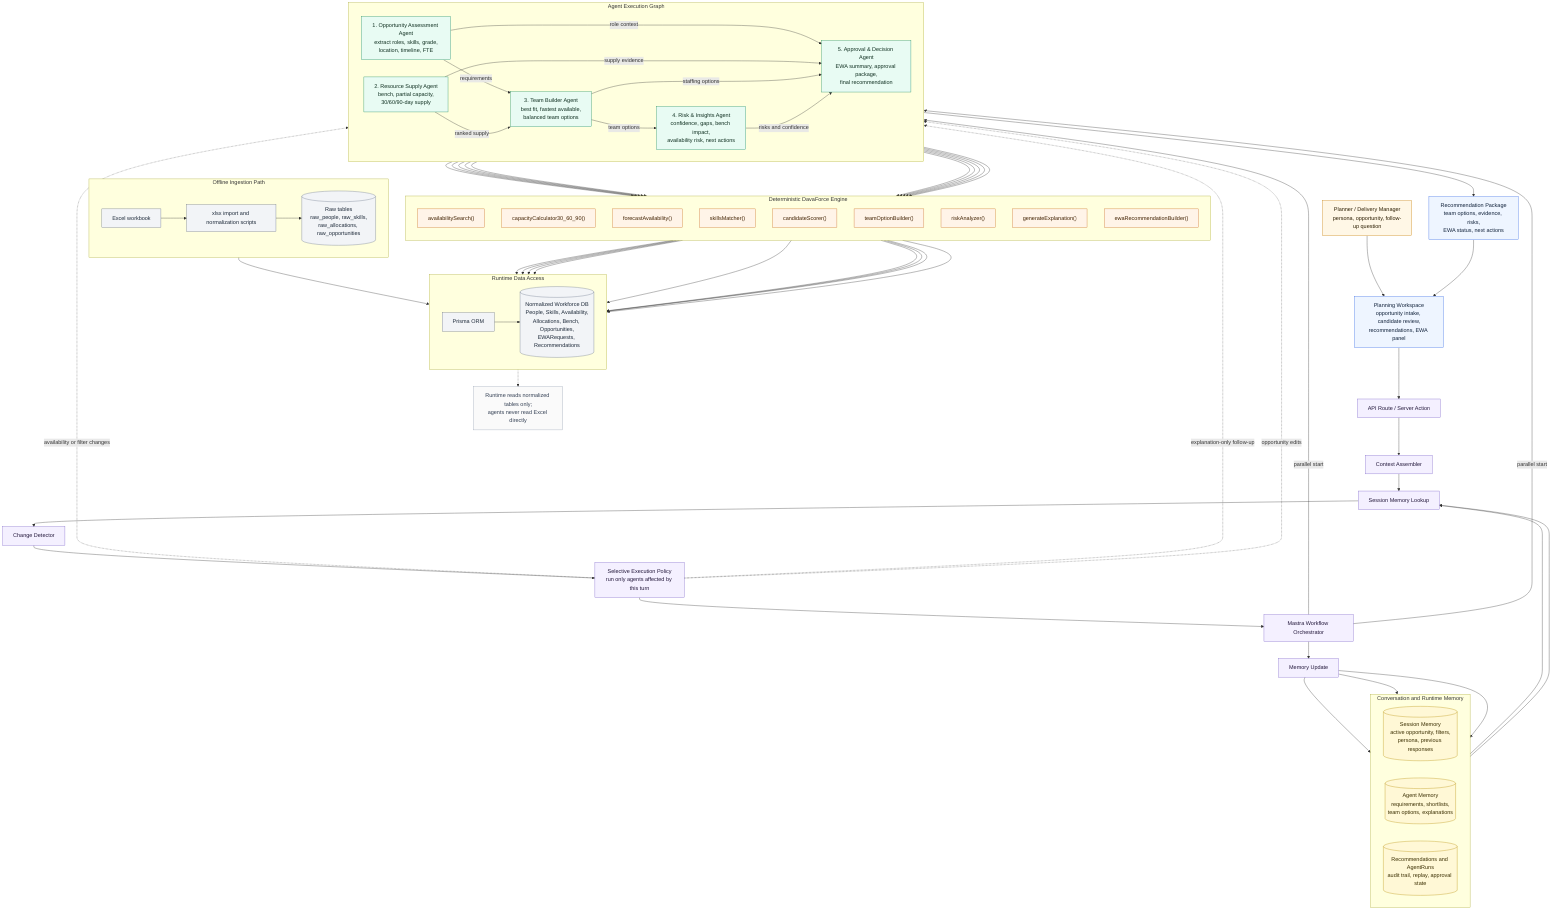
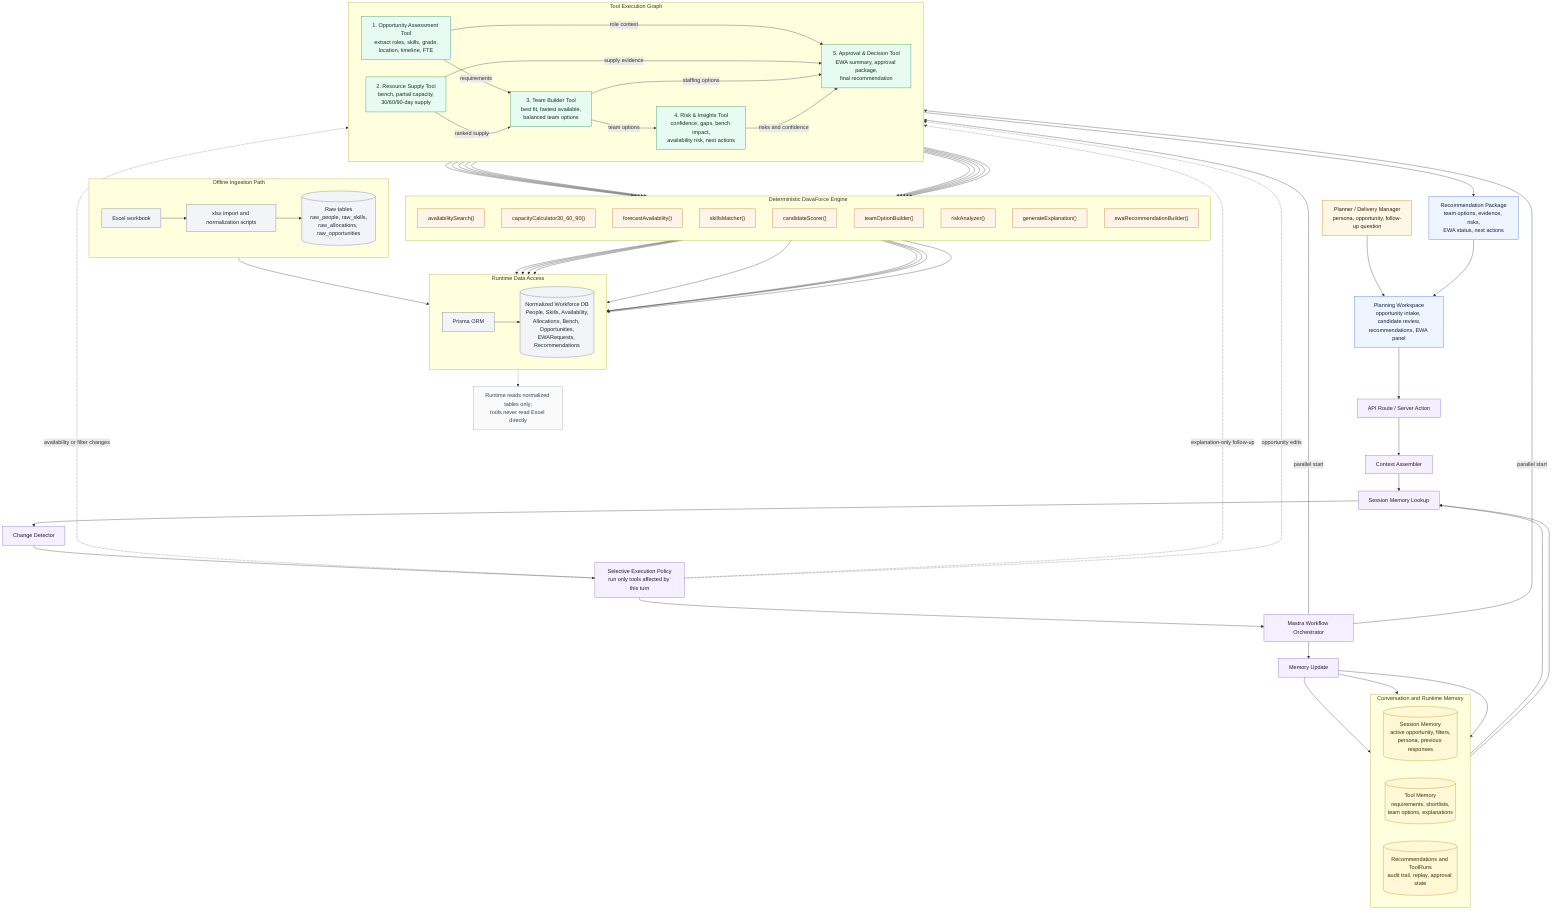
flowchart TD
    planner["Planner / Delivery Manager<br/>persona, opportunity, follow-up question"]
    workspace["Planning Workspace<br/>opportunity intake, candidate review,<br/>recommendations, EWA panel"]
    api["API Route / Server Action"]
    contextAsm["Context Assembler"]
    memoryLookup["Session Memory Lookup"]
    changeDetector["Change Detector"]
-     executionPolicy["Selective Execution Policy<br/>run only agents affected by this turn"]
+     executionPolicy["Selective Execution Policy<br/>run only tools affected by this turn"]
    orchestrator["Mastra Workflow Orchestrator"]
    memoryUpdate["Memory Update"]
    response["Recommendation Package<br/>team options, evidence, risks,<br/>EWA status, next actions"]
-     runtimeNote["Runtime reads normalized tables only;<br/>agents never read Excel directly"]
+     runtimeNote["Runtime reads normalized tables only;<br/>tools never read Excel directly"]

    planner --> workspace --> api --> contextAsm --> memoryLookup --> changeDetector --> executionPolicy --> orchestrator

    subgraph memory["Conversation and Runtime Memory"]
        direction LR
        sessionStore[("Session Memory<br/>active opportunity, filters,<br/>persona, previous responses")]
-         agentStore[("Agent Memory<br/>requirements, shortlists,<br/>team options, explanations")]
-         runStore[("Recommendations and AgentRuns<br/>audit trail, replay, approval state")]
+         toolStore[("Tool Memory<br/>requirements, shortlists,<br/>team options, explanations")]
+         runStore[("Recommendations and ToolRuns<br/>audit trail, replay, approval state")]
    end

    sessionStore --> memoryLookup
-     agentStore --> memoryLookup
+     toolStore --> memoryLookup
    orchestrator --> memoryUpdate
    memoryUpdate --> sessionStore
-     memoryUpdate --> agentStore
+     memoryUpdate --> toolStore
    memoryUpdate --> runStore

-     subgraph agents["Agent Execution Graph"]
+     subgraph toolGraph["Tool Execution Graph"]
        direction LR
-         oa["1. Opportunity Assessment Agent<br/>extract roles, skills, grade,<br/>location, timeline, FTE"]
-         rs["2. Resource Supply Agent<br/>bench, partial capacity,<br/>30/60/90-day supply"]
-         tb["3. Team Builder Agent<br/>best fit, fastest available,<br/>balanced team options"]
-         ri["4. Risk & Insights Agent<br/>confidence, gaps, bench impact,<br/>availability risk, next actions"]
-         ad["5. Approval & Decision Agent<br/>EWA summary, approval package,<br/>final recommendation"]
+         oa["1. Opportunity Assessment Tool<br/>extract roles, skills, grade,<br/>location, timeline, FTE"]
+         rs["2. Resource Supply Tool<br/>bench, partial capacity,<br/>30/60/90-day supply"]
+         tb["3. Team Builder Tool<br/>best fit, fastest available,<br/>balanced team options"]
+         ri["4. Risk & Insights Tool<br/>confidence, gaps, bench impact,<br/>availability risk, next actions"]
+         ad["5. Approval & Decision Tool<br/>EWA summary, approval package,<br/>final recommendation"]
    end

    orchestrator -->|parallel start| oa
    orchestrator -->|parallel start| rs
    oa -->|requirements| tb
    rs -->|ranked supply| tb
    tb -->|team options| ri
    oa -->|role context| ad
    rs -->|supply evidence| ad
    tb -->|staffing options| ad
    ri -->|risks and confidence| ad
    ad --> response --> workspace

    subgraph tools["Deterministic DavaForce Engine"]
        direction TB
        availability["availabilitySearch()"]
        capacity["capacityCalculator30_60_90()"]
        forecast["forecastAvailability()"]
        skills["skillsMatcher()"]
        scoring["candidateScorer()"]
        teamBuild["teamOptionBuilder()"]
        risk["riskAnalyzer()"]
        explain["generateExplanation()"]
        ewa["ewaRecommendationBuilder()"]
    end

    rs --> availability
    rs --> capacity
    rs --> forecast
    tb --> skills
    tb --> scoring
    tb --> teamBuild
    ri --> risk
    ri --> explain
    ad --> explain
    ad --> ewa

    subgraph runtimeData["Runtime Data Access"]
        direction LR
        prisma["Prisma ORM"]
        normalizedDb[("Normalized Workforce DB<br/>People, Skills, Availability,<br/>Allocations, Bench, Opportunities,<br/>EWARequests, Recommendations")]
    end

    availability --> prisma
    capacity --> prisma
    forecast --> prisma
    skills --> prisma
    scoring --> prisma
    teamBuild --> prisma
    risk --> prisma
    explain --> prisma
    ewa --> prisma
    prisma --> normalizedDb
    normalizedDb -.-> runtimeNote

    subgraph ingestion["Offline Ingestion Path"]
        direction LR
        excel["Excel workbook"]
        importScripts["xlsx import and normalization scripts"]
        rawTables[("Raw tables<br/>raw_people, raw_skills,<br/>raw_allocations, raw_opportunities")]
    end

    excel --> importScripts --> rawTables --> normalizedDb

    executionPolicy -.->|availability or filter changes| rs
    executionPolicy -.->|explanation-only follow-up| ri
    executionPolicy -.->|opportunity edits| oa

    classDef actor fill:#fff7e6,stroke:#c57a00,color:#2b1d00,stroke-width:1px;
    classDef frontend fill:#eef5ff,stroke:#356ae6,color:#10213a,stroke-width:1px;
    classDef control fill:#f4f0ff,stroke:#7b61c9,color:#22173a,stroke-width:1px;
-     classDef agent fill:#e8fbf3,stroke:#178a5d,color:#0f2f20,stroke-width:1px;
+     classDef routedTool fill:#e8fbf3,stroke:#178a5d,color:#0f2f20,stroke-width:1px;
    classDef tool fill:#fff4e8,stroke:#c96b20,color:#402100,stroke-width:1px;
    classDef data fill:#f2f4f7,stroke:#667085,color:#1d2939,stroke-width:1px;
    classDef memoryNode fill:#fff8d6,stroke:#b58b00,color:#3a2e00,stroke-width:1px;
    classDef note fill:#fafafa,stroke:#98a2b3,color:#344054,stroke-width:1px;

    class planner actor;
    class workspace,response frontend;
    class api,contextAsm,memoryLookup,changeDetector,executionPolicy,orchestrator,memoryUpdate control;
-     class oa,rs,tb,ri,ad agent;
+     class oa,rs,tb,ri,ad routedTool;
    class availability,capacity,forecast,skills,scoring,teamBuild,risk,explain,ewa tool;
    class prisma,normalizedDb,excel,importScripts,rawTables data;
-     class sessionStore,agentStore,runStore memoryNode;
+     class sessionStore,toolStore,runStore memoryNode;
    class runtimeNote note;
